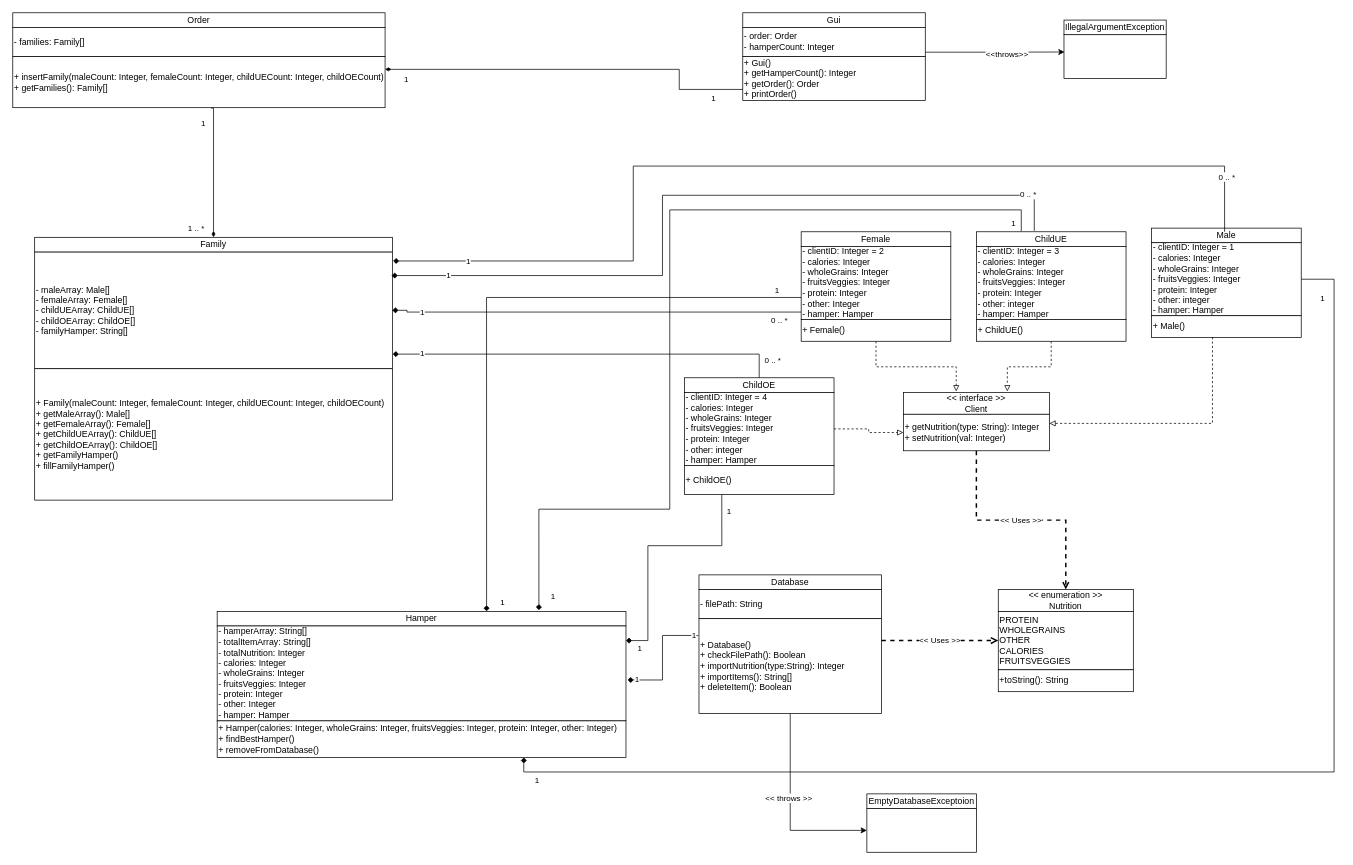
dyenaan/ENSF409Group30 keeps this draw.io diagram as uml.drawio. Above is the earlier version. Source tidied: cells renumbered, new cells numbered last; positions are measured from the earlier drawing's top-left corner, leaving out a move shared by most shapes. Both pictures are drawn from the tidied source at 73%, with x=0, y=0 at pixel (12, 12).
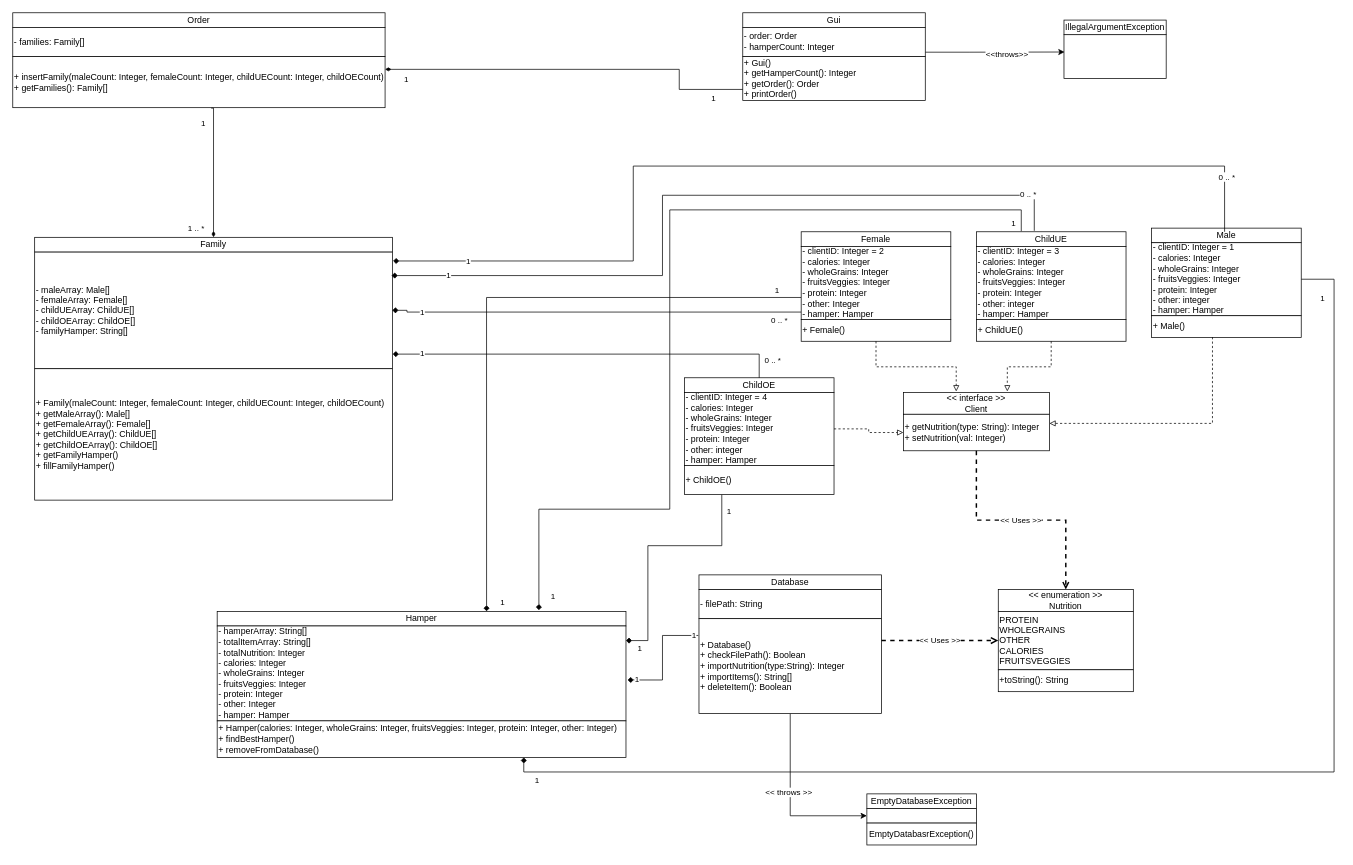
After the change.

Diff of the diagram source:
```diff
@@
     <mxCell id="77" style="rounded=0;whiteSpace=wrap;html=1;" parent="1" vertex="1">
-      <mxGeometry x="1170" y="1090" width="150" height="60" as="geometry" />
+      <mxGeometry x="1170" y="1090" width="150" height="20" as="geometry" />
     </mxCell>
-    <mxCell id="78" value="EmptyDatabaseExceptoion" style="rounded=0;whiteSpace=wrap;html=1;" parent="1" vertex="1">
+    <mxCell id="78" value="EmptyDatabaseException" style="rounded=0;whiteSpace=wrap;html=1;" parent="1" vertex="1">
       <mxGeometry x="1170" y="1070" width="150" height="20" as="geometry" />
     </mxCell>
@@
+    <mxCell id="81" value="EmptyDatabasrException()" style="rounded=0;whiteSpace=wrap;html=1;" parent="1" vertex="1">
+      <mxGeometry x="1170" y="1110" width="150" height="30" as="geometry" />
+    </mxCell>
```
